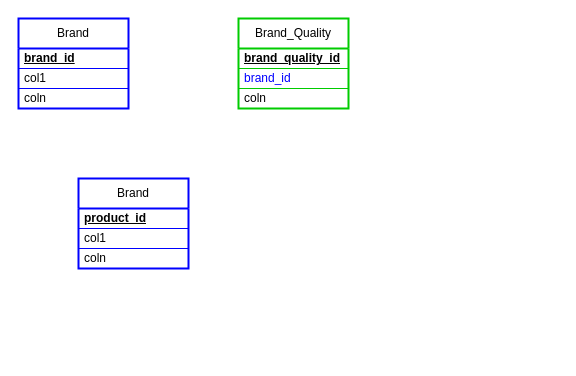
Earlier version of the draw.io diagram product_structure.drawio (vadramson/Drawings). Source tidied: cells renumbered, new cells numbered last; positions are measured from the earlier drawing's top-left corner, leaving out a move shared by most shapes. Both pictures are drawn from the tidied source at 100%, with x=0, y=0 at pixel (18, 18).
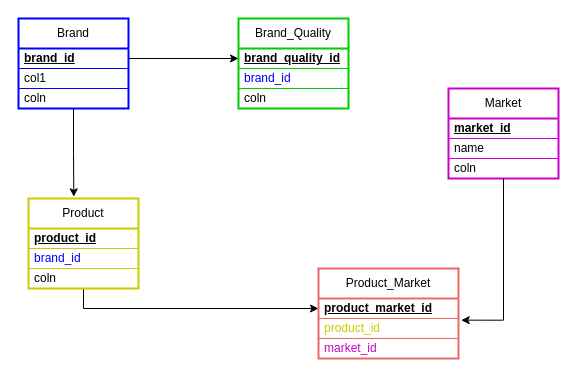
After the change.

Unchanged cells that the change refers to:
```xml
<mxCell id="2" value="Brand" style="swimlane;fontStyle=0;horizontal=1;startSize=30;whiteSpace=wrap;html=1;strokeColor=#0000FF;strokeWidth=2;" parent="1" vertex="1">
  <mxGeometry width="110" height="90" as="geometry" />
</mxCell>
<mxCell id="3" value="&lt;u&gt;&lt;b&gt;brand_id&lt;/b&gt;&lt;/u&gt;" style="text;strokeColor=none;fillColor=none;align=left;verticalAlign=middle;spacingLeft=4;spacingRight=4;overflow=hidden;points=[[0,0.5],[1,0.5]];portConstraint=eastwest;whiteSpace=wrap;html=1;" parent="2" vertex="1">
  <mxGeometry y="30" width="110" height="20" as="geometry" />
</mxCell>
<mxCell id="7" value="&lt;u&gt;&lt;b&gt;brand_quality_id&lt;/b&gt;&lt;/u&gt;" style="text;strokeColor=none;fillColor=none;align=left;verticalAlign=middle;spacingLeft=4;spacingRight=4;overflow=hidden;points=[[0,0.5],[1,0.5]];portConstraint=eastwest;whiteSpace=wrap;html=1;" parent="6" vertex="1">
  <mxGeometry y="30" width="110" height="20" as="geometry" />
</mxCell>
```

Diff of the diagram source:
```diff
@@
+    <mxCell id="14" style="edgeStyle=orthogonalEdgeStyle;rounded=0;jettySize=auto;html=1;entryX=0;entryY=0.5;entryDx=0;entryDy=0;" parent="1" edge="1" source="10" target="16">
+      <mxGeometry relative="1" as="geometry" />
+    </mxCell>
-    <mxCell id="10" value="Brand" style="swimlane;fontStyle=0;horizontal=1;startSize=30;whiteSpace=wrap;html=1;strokeColor=#0000FF;strokeWidth=2;" parent="1" vertex="1">
-      <mxGeometry x="60" y="160" width="110" height="90" as="geometry" />
+    <mxCell id="10" value="Product" style="swimlane;fontStyle=0;horizontal=1;startSize=30;whiteSpace=wrap;html=1;strokeColor=#CCCC00;strokeWidth=2;" parent="1" vertex="1">
+      <mxGeometry x="10" y="180" width="110" height="90" as="geometry" />
     </mxCell>
@@
-    <mxCell id="12" value="col1" style="text;strokeColor=#0000FF;fillColor=none;align=left;verticalAlign=middle;spacingLeft=4;spacingRight=4;overflow=hidden;whiteSpace=wrap;html=1;perimeterSpacing=1;" parent="10" vertex="1">
+    <mxCell id="12" value="&lt;font style=&quot;color: rgb(0, 0, 255);&quot;&gt;brand_id&lt;/font&gt;" style="text;strokeColor=#CCCC00;fillColor=none;align=left;verticalAlign=middle;spacingLeft=4;spacingRight=4;overflow=hidden;whiteSpace=wrap;html=1;perimeterSpacing=1;" parent="10" vertex="1">
       <mxGeometry y="50" width="110" height="20" as="geometry" />
     </mxCell>
@@
+    <mxCell id="15" value="Product_Market" style="swimlane;fontStyle=0;horizontal=1;startSize=30;whiteSpace=wrap;html=1;strokeColor=#EA6B66;strokeWidth=2;" parent="1" vertex="1">
+      <mxGeometry x="300" y="250" width="140" height="90" as="geometry" />
+    </mxCell>
+    <mxCell id="16" value="&lt;u&gt;&lt;b&gt;product_market_id&lt;/b&gt;&lt;/u&gt;" style="text;strokeColor=none;fillColor=none;align=left;verticalAlign=middle;spacingLeft=4;spacingRight=4;overflow=hidden;points=[[0,0.5],[1,0.5]];portConstraint=eastwest;whiteSpace=wrap;html=1;" parent="15" vertex="1">
+      <mxGeometry y="30" width="140" height="20" as="geometry" />
+    </mxCell>
+    <mxCell id="17" value="&lt;font style=&quot;color: rgb(204, 204, 0);&quot;&gt;product_id&lt;/font&gt;" style="text;strokeColor=#EA6B66;fillColor=none;align=left;verticalAlign=middle;spacingLeft=4;spacingRight=4;overflow=hidden;points=[[0,0.5],[1,0.5]];portConstraint=eastwest;whiteSpace=wrap;html=1;perimeterSpacing=1;" parent="15" vertex="1">
+      <mxGeometry y="50" width="140" height="20" as="geometry" />
+    </mxCell>
+    <mxCell id="18" value="&lt;font style=&quot;color: rgb(204, 0, 204);&quot;&gt;market_id&lt;/font&gt;" style="text;strokeColor=none;fillColor=none;align=left;verticalAlign=middle;spacingLeft=4;spacingRight=4;overflow=hidden;whiteSpace=wrap;html=1;" parent="15" vertex="1">
+      <mxGeometry y="70" width="140" height="20" as="geometry" />
+    </mxCell>
+    <mxCell id="19" value="Market" style="swimlane;fontStyle=0;horizontal=1;startSize=30;whiteSpace=wrap;html=1;strokeColor=#CC00CC;strokeWidth=2;" parent="1" vertex="1">
+      <mxGeometry x="430" y="70" width="110" height="90" as="geometry" />
+    </mxCell>
+    <mxCell id="20" value="&lt;u&gt;&lt;b&gt;market_id&lt;/b&gt;&lt;/u&gt;" style="text;strokeColor=none;fillColor=none;align=left;verticalAlign=middle;spacingLeft=4;spacingRight=4;overflow=hidden;whiteSpace=wrap;html=1;" parent="19" vertex="1">
+      <mxGeometry y="30" width="110" height="20" as="geometry" />
+    </mxCell>
+    <mxCell id="21" value="name" style="text;strokeColor=#CC00CC;fillColor=none;align=left;verticalAlign=middle;spacingLeft=4;spacingRight=4;overflow=hidden;whiteSpace=wrap;html=1;perimeterSpacing=1;" parent="19" vertex="1">
+      <mxGeometry y="50" width="110" height="20" as="geometry" />
+    </mxCell>
+    <mxCell id="22" value="coln" style="text;strokeColor=none;fillColor=none;align=left;verticalAlign=middle;spacingLeft=4;spacingRight=4;overflow=hidden;whiteSpace=wrap;html=1;" parent="19" vertex="1">
+      <mxGeometry y="70" width="110" height="20" as="geometry" />
+    </mxCell>
+    <mxCell id="23" style="edgeStyle=orthogonalEdgeStyle;rounded=0;jettySize=auto;html=1;entryX=0.412;entryY=-0.019;entryDx=0;entryDy=0;entryPerimeter=0;" parent="1" edge="1" source="2" target="10">
+      <mxGeometry relative="1" as="geometry" />
+    </mxCell>
+    <mxCell id="24" style="edgeStyle=orthogonalEdgeStyle;rounded=0;jettySize=auto;html=1;exitX=1;exitY=0.5;exitDx=0;exitDy=0;entryX=0;entryY=0.5;entryDx=0;entryDy=0;" parent="1" edge="1" source="3" target="7">
+      <mxGeometry relative="1" as="geometry" />
+    </mxCell>
+    <mxCell id="25" style="edgeStyle=orthogonalEdgeStyle;rounded=0;jettySize=auto;html=1;entryX=1.012;entryY=0.121;entryDx=0;entryDy=0;entryPerimeter=0;" parent="1" edge="1" source="19" target="17">
+      <mxGeometry relative="1" as="geometry" />
+    </mxCell>
```
